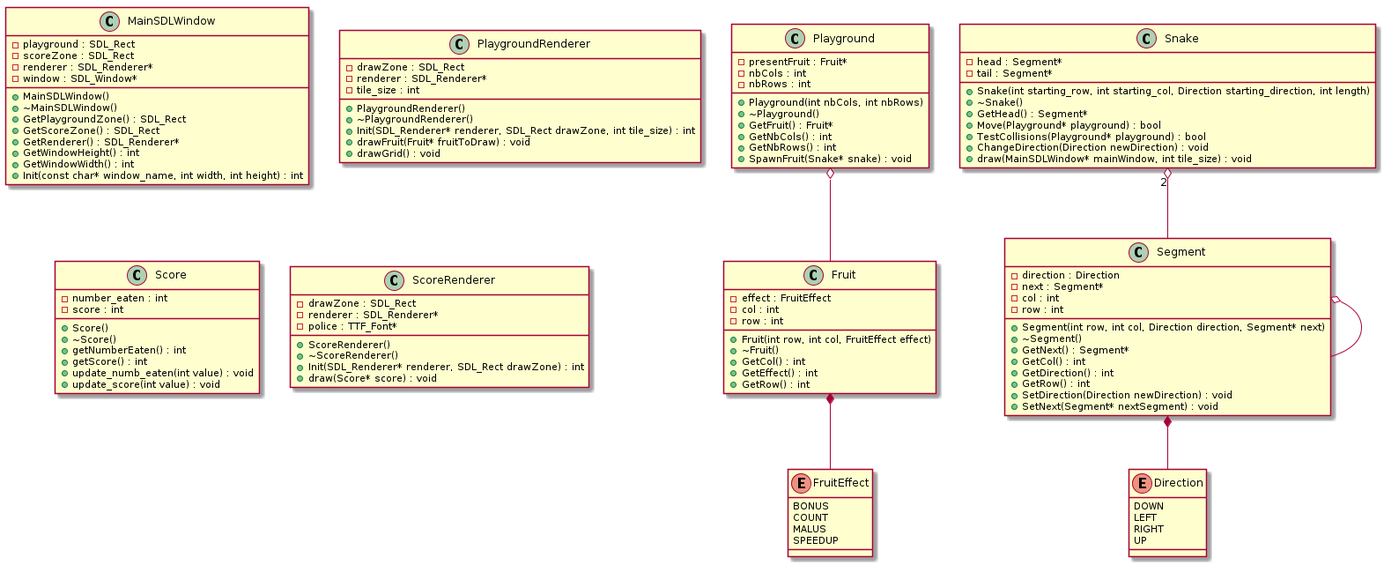
Above: uml/classes.png in Ytaki2134/gtech1-b20-snake (PlantUML), before the change.
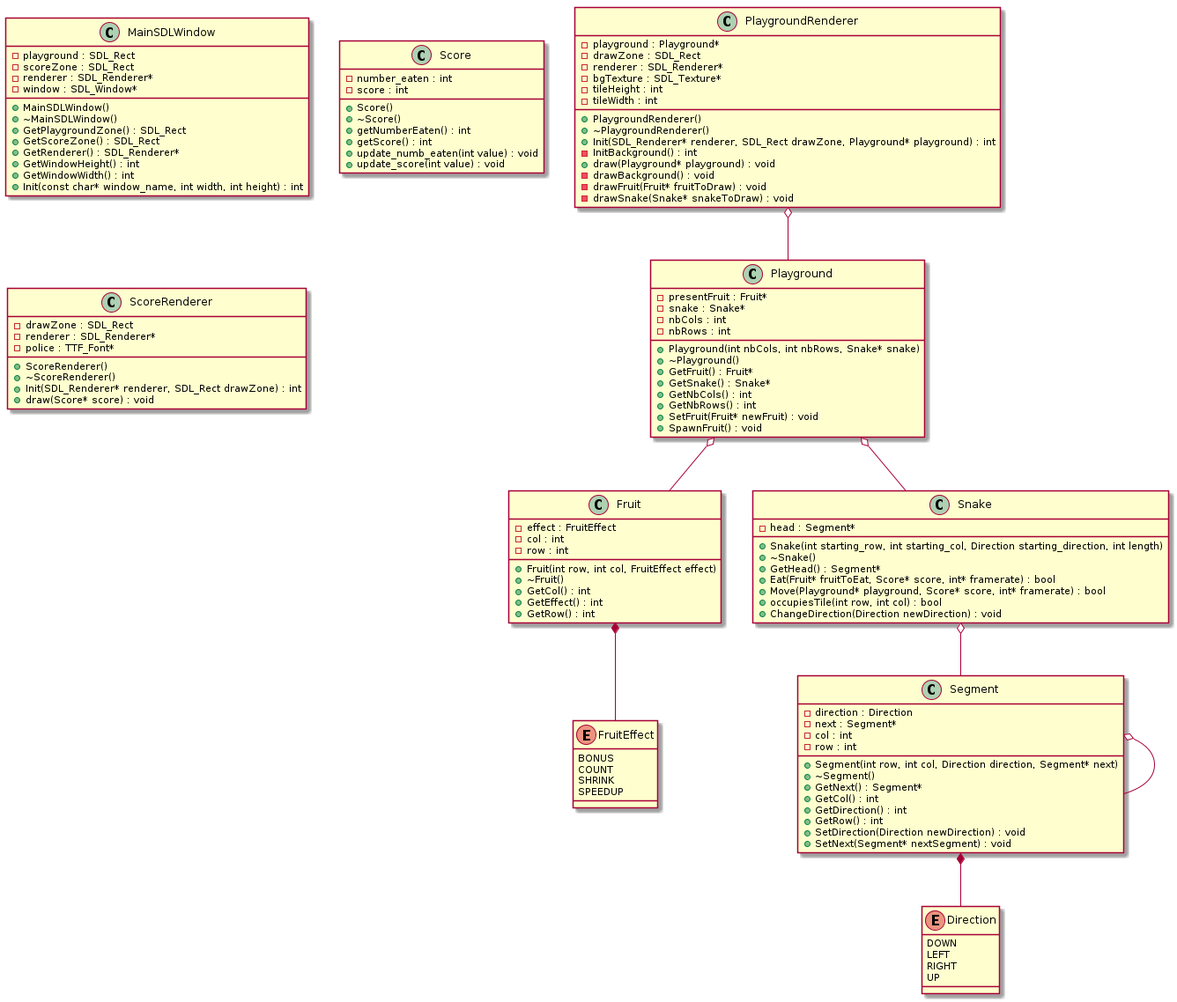
The same file after the commit.

Commit message:
rajout de la police arial.ttf utilisée pour écrire le texte de début et du game over et mise à jour uml

The edit, as a diff of the source:
```diff
@@ -34,27 +34,36 @@
 
 
 class Playground {
-	+Playground(int nbCols, int nbRows)
+	+Playground(int nbCols, int nbRows, Snake* snake)
 	+~Playground()
 	+GetFruit() : Fruit*
 	-presentFruit : Fruit*
+	+GetSnake() : Snake*
+	-snake : Snake*
 	+GetNbCols() : int
 	+GetNbRows() : int
 	-nbCols : int
 	-nbRows : int
-	+SpawnFruit(Snake* snake) : void
+	+SetFruit(Fruit* newFruit) : void
+	+SpawnFruit() : void
 }
 
 
 class PlaygroundRenderer {
 	+PlaygroundRenderer()
 	+~PlaygroundRenderer()
+	-playground : Playground*
 	-drawZone : SDL_Rect
 	-renderer : SDL_Renderer*
-	+Init(SDL_Renderer* renderer, SDL_Rect drawZone, int tile_size) : int
-	-tile_size : int
-	+drawFruit(Fruit* fruitToDraw) : void
-	+drawGrid() : void
+	-bgTexture : SDL_Texture*
+	+Init(SDL_Renderer* renderer, SDL_Rect drawZone, Playground* playground) : int
+	-InitBackground() : int
+	-tileHeight : int
+	-tileWidth : int
+	+draw(Playground* playground) : void
+	-drawBackground() : void
+	-drawFruit(Fruit* fruitToDraw) : void
+	-drawSnake(Snake* snakeToDraw) : void
 }
 
 
@@ -102,11 +111,10 @@
 	+~Snake()
 	+GetHead() : Segment*
 	-head : Segment*
-	-tail : Segment*
-	+Move(Playground* playground) : bool
-	+TestCollisions(Playground* playground) : bool
+	+Eat(Fruit* fruitToEat, Score* score, int* framerate) : bool
+	+Move(Playground* playground, Score* score, int* framerate) : bool
+	+occupiesTile(int row, int col) : bool
 	+ChangeDirection(Direction newDirection) : void
-	+draw(MainSDLWindow* mainWindow, int tile_size) : void
 }
 
 
@@ -121,7 +129,7 @@
 enum FruitEffect {
 	BONUS
 	COUNT
-	MALUS
+	SHRINK
 	SPEEDUP
 }
 
@@ -140,13 +148,19 @@
 .Playground o-- .Fruit
 
 
+.Playground o-- .Snake
+
+
+.PlaygroundRenderer o-- .Playground
+
+
 .Segment *-- .Direction
 
 
 .Segment o-- .Segment
 
 
-.Snake "2" o-- .Segment
+.Snake o-- .Segment
 
 
 
```
